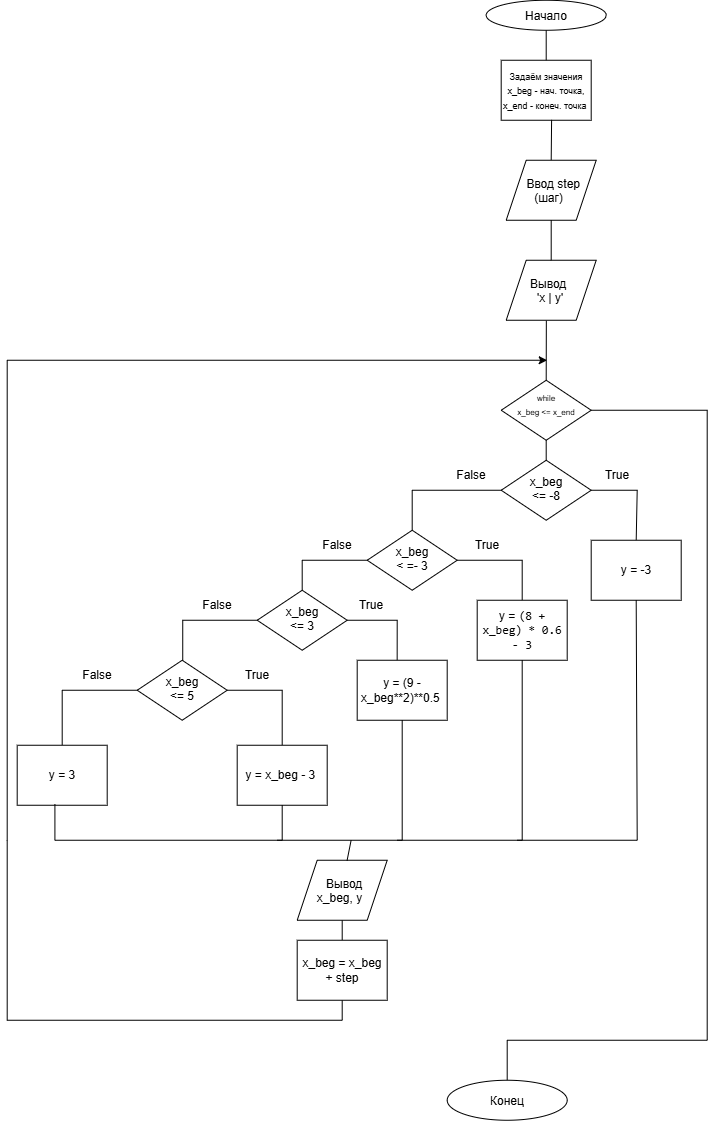
This is task1/task1(variant2).png from musinadilara/Python_cycles, a draw.io export, as it was before one commit. Source tidied: cells renumbered, new cells last; positions are measured from the earlier drawing's top-left corner, leaving out a move shared by most shapes.
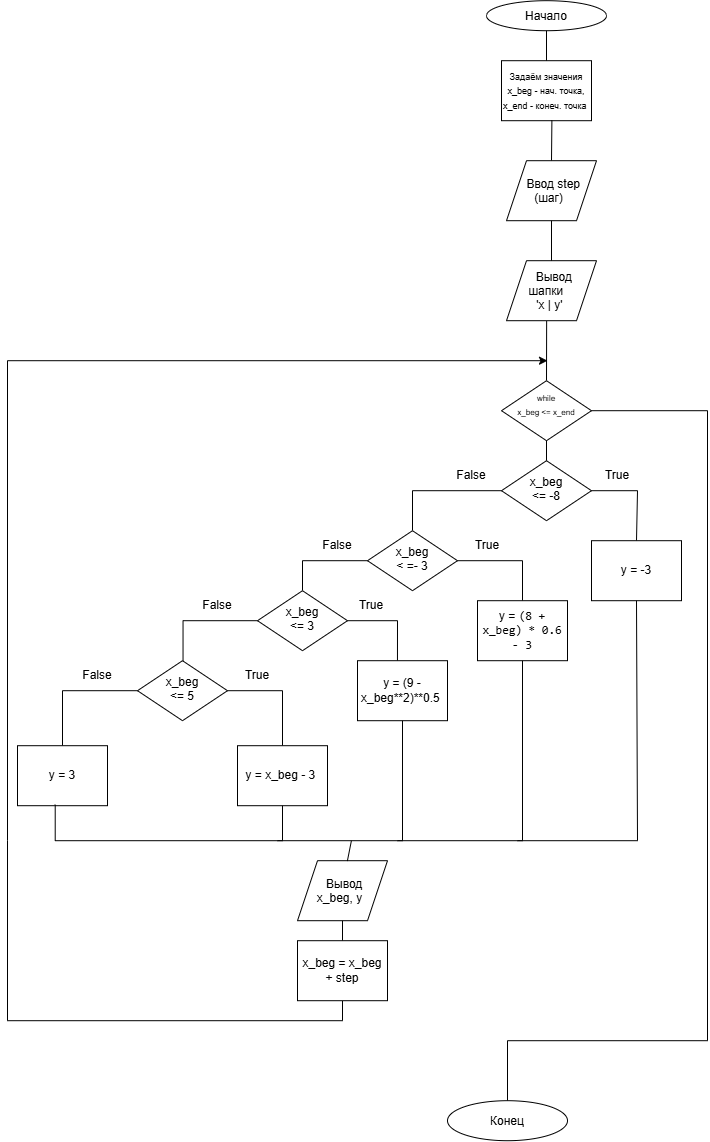
The same diagram one commit later.

What changed in the source:
```diff
@@ -156,12 +156,12 @@
       </mxGeometry>
     </mxCell>
     <mxCell id="31" value="Конец" style="ellipse;whiteSpace=wrap;html=1;shapeInside=1;rotation=0;" parent="1" vertex="1">
-      <mxGeometry x="440" y="1080" width="120" height="40" as="geometry" />
+      <mxGeometry x="440" y="1100" width="120" height="40" as="geometry" />
     </mxCell>
     <mxCell id="32" value="Вывод x_beg, y" style="shape=parallelogram;perimeter=parallelogramPerimeter;whiteSpace=wrap;html=1;shapeInside=1;fixedSize=1;rotation=0;" parent="1" vertex="1">
       <mxGeometry x="290" y="860" width="90" height="60" as="geometry" />
     </mxCell>
-    <mxCell id="33" value="Вывод&amp;nbsp; &amp;nbsp; &amp;nbsp;&lt;span style=&quot;background-color: transparent; color: light-dark(rgb(0, 0, 0), rgb(255, 255, 255));&quot;&gt;'x | y'&lt;/span&gt;" style="shape=parallelogram;perimeter=parallelogramPerimeter;whiteSpace=wrap;html=1;shapeInside=1;fixedSize=1;rotation=0;" parent="1" vertex="1">
+    <mxCell id="33" value="Вывод&amp;nbsp; шапки&amp;nbsp; &amp;nbsp; &amp;nbsp;&amp;nbsp;&lt;span style=&quot;background-color: transparent; color: light-dark(rgb(0, 0, 0), rgb(255, 255, 255));&quot;&gt;'x | y'&lt;/span&gt;" style="shape=parallelogram;perimeter=parallelogramPerimeter;whiteSpace=wrap;html=1;shapeInside=1;fixedSize=1;rotation=0;" parent="1" vertex="1">
       <mxGeometry x="499" y="260" width="90" height="60" as="geometry" />
     </mxCell>
     <mxCell id="34" style="endArrow=none;html=1;rounded=0;fontFamily=Helvetica;fontSize=12;fontColor=default;fontStyle=0;exitX=0.5;exitY=0;exitDx=0;exitDy=0;entryX=0.56;entryY=0.993;entryDx=0;entryDy=0;entryPerimeter=0;" parent="1" edge="1" source="38" target="3">
```
